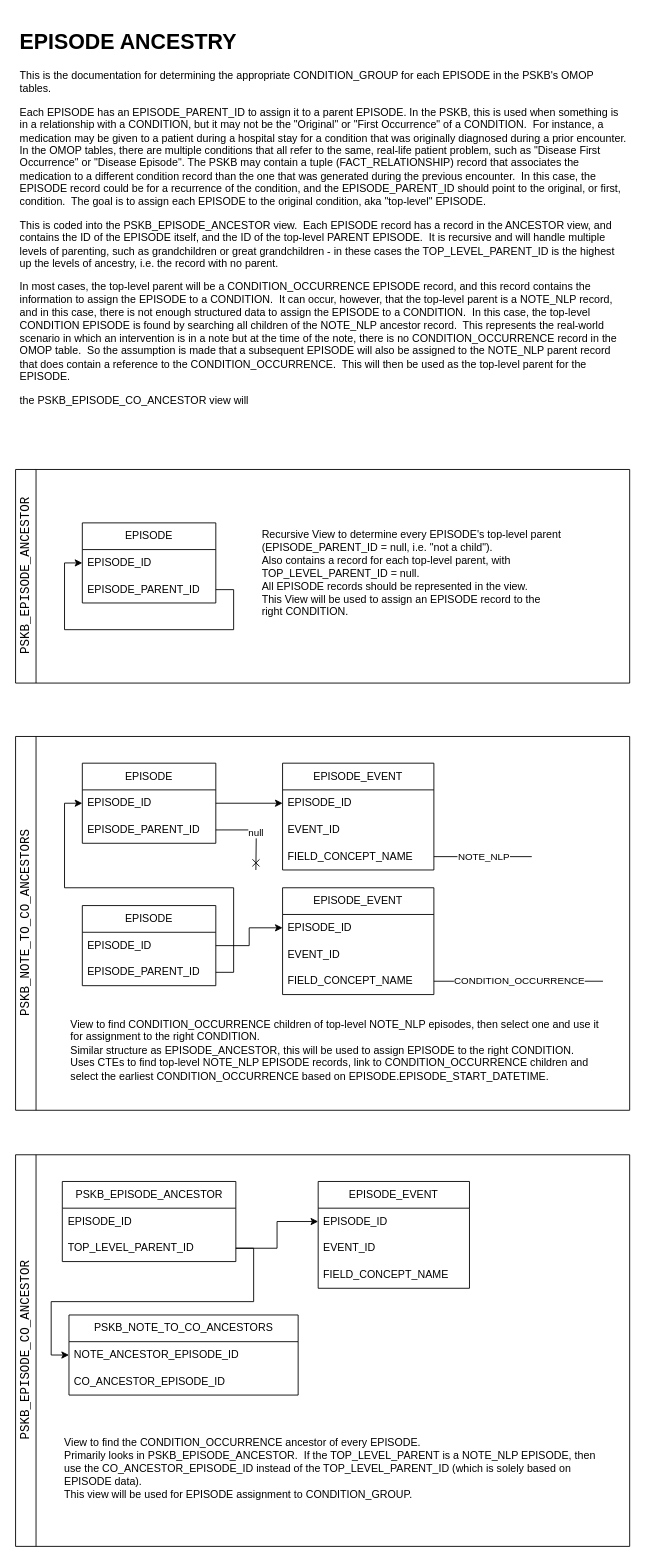
The draw.io diagram PSKB OMOP Query Diagrams.drawio in ntimkovich/UAB-II-Diagrams, before the edit. Source tidied: cells renumbered, new cells numbered last; positions are measured from the earlier drawing's top-left corner, leaving out a move shared by most shapes. Both pictures are drawn from the tidied source at 89%, with x=0, y=0 at pixel (15, 24).
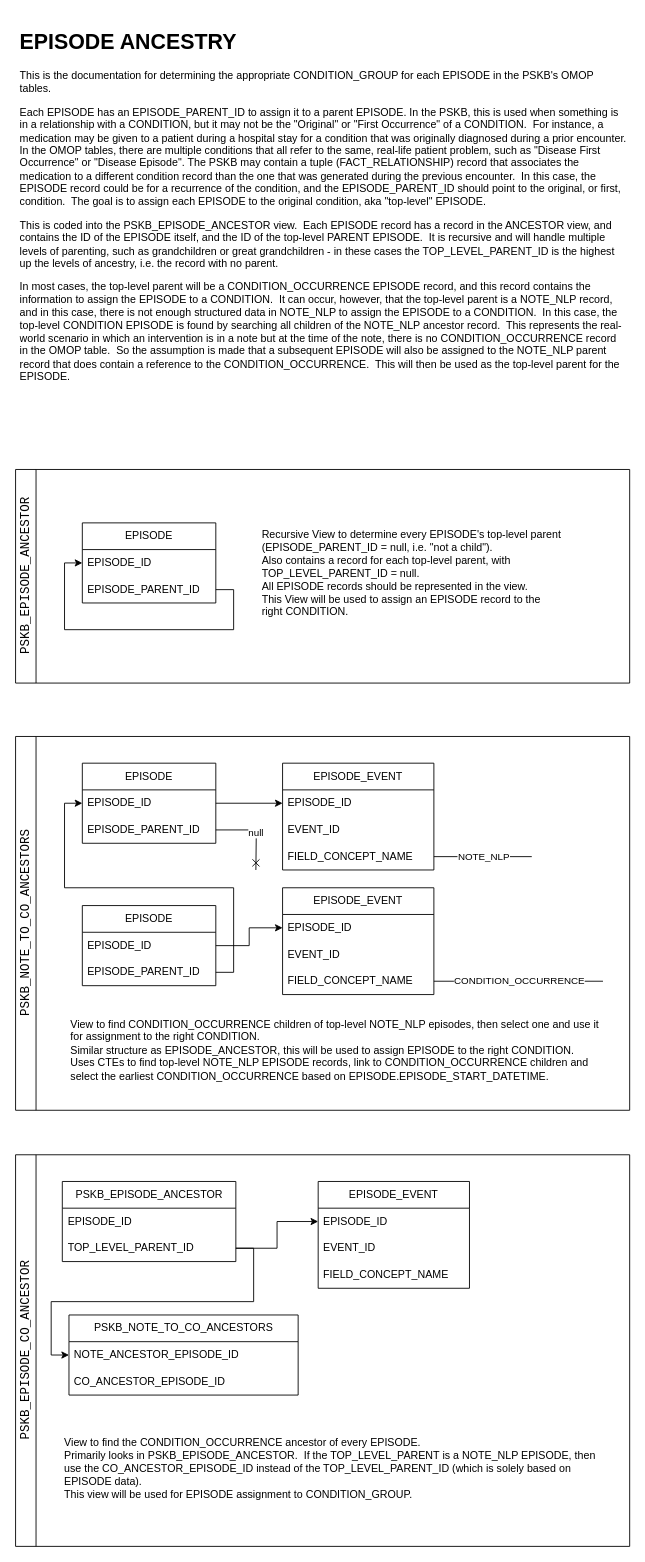
Above is the later version.

Diff of the diagram source:
```diff
@@
-    <mxCell id="51" value="&lt;h1&gt;EPISODE ANCESTRY&lt;/h1&gt;&lt;p&gt;This is the documentation for determining the appropriate CONDITION_GROUP for each EPISODE in the PSKB's OMOP tables.&lt;/p&gt;&lt;p&gt;Each EPISODE has an EPISODE_PARENT_ID to assign it to a parent EPISODE. In the PSKB, this is used when something is in a relationship with a CONDITION, but it may not be the &quot;Original&quot; or &quot;First Occurrence&quot; of a CONDITION.&amp;nbsp; For instance, a medication may be given to a patient during a hospital stay for a condition that was originally diagnosed during a prior encounter. In the OMOP tables, there are multiple conditions that all refer to the same, real-life patient problem, such as &quot;Disease First Occurrence&quot; or &quot;Disease Episode&quot;. The PSKB may contain a tuple (FACT_RELATIONSHIP) record that associates the medication to a different condition record than the one that was generated during the previous encounter.&amp;nbsp; In this case, the EPISODE record could be for a recurrence of the condition, and the EPISODE_PARENT_ID should point to the original, or first, condition.&amp;nbsp; The goal is to assign each EPISODE to the original condition, aka &quot;top-level&quot; EPISODE.&lt;/p&gt;&lt;p&gt;This is coded into the PSKB_EPISODE_ANCESTOR view.&amp;nbsp; Each EPISODE record has a record in the ANCESTOR view, and contains the ID of the EPISODE itself, and the ID of the top-level PARENT EPISODE.&amp;nbsp; It is recursive and will handle multiple levels of parenting, such as grandchildren or great grandchildren - in these cases the TOP_LEVEL_PARENT_ID is the highest up the levels of ancestry, i.e. the record with no parent.&lt;/p&gt;&lt;p&gt;In most cases, the top-level parent will be a CONDITION_OCCURRENCE EPISODE record, and this record contains the information to assign the EPISODE to a CONDITION.&amp;nbsp; It can occur, however, that the top-level parent is a NOTE_NLP record, and in this case, there is not enough structured data to assign the EPISODE to a CONDITION.&amp;nbsp; In this case, the top-level CONDITION EPISODE is found by searching all children of the NOTE_NLP ancestor record.&amp;nbsp; This represents the real-world scenario in which an intervention is in a note but at the time of the note, there is no CONDITION_OCCURRENCE record in the OMOP table.&amp;nbsp; So the assumption is made that a subsequent EPISODE will also be assigned to the NOTE_NLP parent record that does contain a reference to the CONDITION_OCCURRENCE.&amp;nbsp; This will then be used as the top-level parent for the EPISODE.&lt;/p&gt;&lt;p&gt;the PSKB_EPISODE_CO_ANCESTOR view will&amp;nbsp;&lt;/p&gt;" style="text;html=1;strokeColor=none;fillColor=none;spacing=5;spacingTop=-20;whiteSpace=wrap;overflow=hidden;rounded=0;" parent="1" vertex="1">
+    <mxCell id="51" value="&lt;h1&gt;EPISODE ANCESTRY&lt;/h1&gt;&lt;p&gt;This is the documentation for determining the appropriate CONDITION_GROUP for each EPISODE in the PSKB's OMOP tables.&lt;/p&gt;&lt;p&gt;Each EPISODE has an EPISODE_PARENT_ID to assign it to a parent EPISODE. In the PSKB, this is used when something is in a relationship with a CONDITION, but it may not be the &quot;Original&quot; or &quot;First Occurrence&quot; of a CONDITION.&amp;nbsp; For instance, a medication may be given to a patient during a hospital stay for a condition that was originally diagnosed during a prior encounter. In the OMOP tables, there are multiple conditions that all refer to the same, real-life patient problem, such as &quot;Disease First Occurrence&quot; or &quot;Disease Episode&quot;. The PSKB may contain a tuple (FACT_RELATIONSHIP) record that associates the medication to a different condition record than the one that was generated during the previous encounter.&amp;nbsp; In this case, the EPISODE record could be for a recurrence of the condition, and the EPISODE_PARENT_ID should point to the original, or first, condition.&amp;nbsp; The goal is to assign each EPISODE to the original condition, aka &quot;top-level&quot; EPISODE.&lt;/p&gt;&lt;p&gt;This is coded into the PSKB_EPISODE_ANCESTOR view.&amp;nbsp; Each EPISODE record has a record in the ANCESTOR view, and contains the ID of the EPISODE itself, and the ID of the top-level PARENT EPISODE.&amp;nbsp; It is recursive and will handle multiple levels of parenting, such as grandchildren or great grandchildren - in these cases the TOP_LEVEL_PARENT_ID is the highest up the levels of ancestry, i.e. the record with no parent.&lt;/p&gt;&lt;p&gt;In most cases, the top-level parent will be a CONDITION_OCCURRENCE EPISODE record, and this record contains the information to assign the EPISODE to a CONDITION.&amp;nbsp; It can occur, however, that the top-level parent is a NOTE_NLP record, and in this case, there is not enough structured data in NOTE_NLP to assign the EPISODE to a CONDITION.&amp;nbsp; In this case, the top-level CONDITION EPISODE is found by searching all children of the NOTE_NLP ancestor record.&amp;nbsp; This represents the real-world scenario in which an intervention is in a note but at the time of the note, there is no CONDITION_OCCURRENCE record in the OMOP table.&amp;nbsp; So the assumption is made that a subsequent EPISODE will also be assigned to the NOTE_NLP parent record that does contain a reference to the CONDITION_OCCURRENCE.&amp;nbsp; This will then be used as the top-level parent for the EPISODE.&lt;/p&gt;" style="text;html=1;strokeColor=none;fillColor=none;spacing=5;spacingTop=-20;whiteSpace=wrap;overflow=hidden;rounded=0;" parent="1" vertex="1">
       <mxGeometry width="690" height="480" as="geometry" />
     </mxCell>
```
